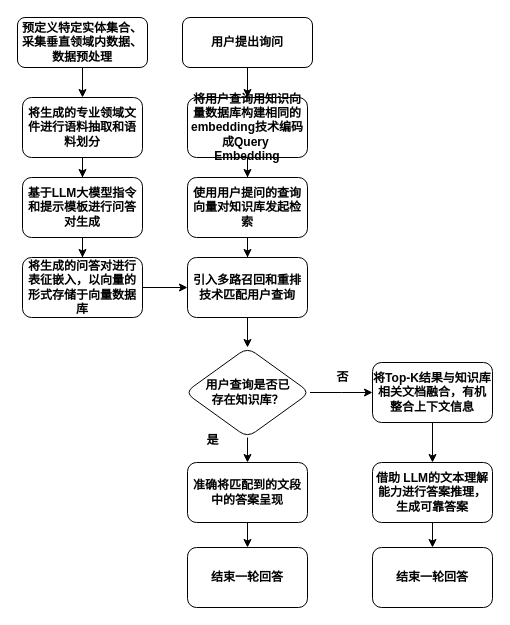
This is 专利书.drawio from 628014/628014.github.io, a draw.io file, before an edit. Source tidied: cells renumbered, new cells numbered last; positions are measured from the earlier drawing's top-left corner, leaving out a move shared by most shapes. Both pictures are drawn from the tidied source at 100%, with x=0, y=0 at pixel (17, 17).
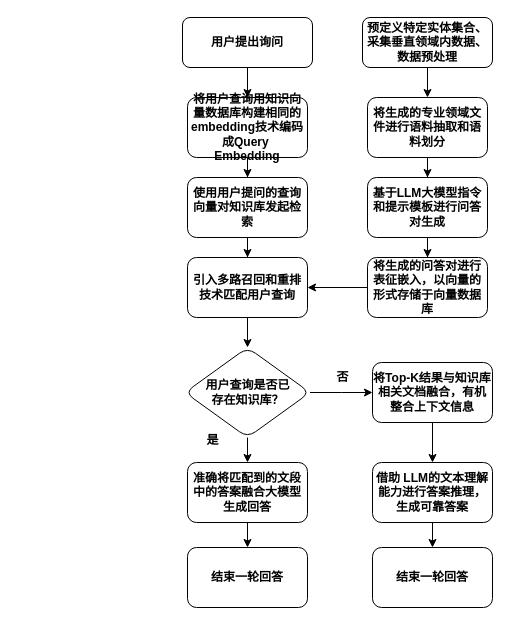
After the change.

Commit message (it also covers changes not shown here):
更新专利书.drawio

What changed in the source:
```diff
@@
     <mxCell id="3" value="预定义特定实体集合、采集垂直领域内数据、数据预处理" style="rounded=1;whiteSpace=wrap;html=1;fontSize=12;glass=0;strokeWidth=1;shadow=0;fontStyle=1;fontFamily=Helvetica;" parent="1" vertex="1">
-      <mxGeometry width="130" height="50" as="geometry" />
+      <mxGeometry x="345" width="130" height="50" as="geometry" />
     </mxCell>
@@
     <mxCell id="5" value="将生成的专业领域文件进行语料抽取和语料划分" style="whiteSpace=wrap;html=1;rounded=1;glass=0;strokeWidth=1;shadow=0;fontStyle=1;fontFamily=Helvetica;" parent="1" vertex="1">
-      <mxGeometry x="5" y="80" width="120" height="60" as="geometry" />
+      <mxGeometry x="350" y="80" width="120" height="60" as="geometry" />
     </mxCell>
@@
     <mxCell id="7" value="&lt;p class=&quot;MsoNormal&quot;&gt;基于LLM大模型指令和提示模板进行问答对生成&lt;/p&gt;" style="rounded=1;whiteSpace=wrap;html=1;glass=0;strokeWidth=1;shadow=0;fontStyle=1;fontFamily=Helvetica;" parent="1" vertex="1">
-      <mxGeometry x="5" y="160" width="120" height="60" as="geometry" />
+      <mxGeometry x="350" y="160" width="120" height="60" as="geometry" />
     </mxCell>
@@
     <mxCell id="9" value="将生成的问答对进行表征嵌入，以向量的形式存储于向量数据库" style="rounded=1;whiteSpace=wrap;html=1;glass=0;strokeWidth=1;shadow=0;fontStyle=1;fontFamily=Helvetica;" parent="1" vertex="1">
-      <mxGeometry x="5" y="240" width="120" height="60" as="geometry" />
+      <mxGeometry x="350" y="240" width="120" height="60" as="geometry" />
     </mxCell>
@@
-    <mxCell id="27" value="准确将匹配到的文段中的答案呈现" style="rounded=1;whiteSpace=wrap;html=1;glass=0;strokeWidth=1;shadow=0;fontStyle=1;fontFamily=Helvetica;" parent="1" vertex="1">
+    <mxCell id="27" value="准确将匹配到的文段中的答案融合大模型生成回答" style="rounded=1;whiteSpace=wrap;html=1;glass=0;strokeWidth=1;shadow=0;fontStyle=1;fontFamily=Helvetica;" parent="1" vertex="1">
       <mxGeometry x="170" y="445" width="120" height="60" as="geometry" />
     </mxCell>
```
